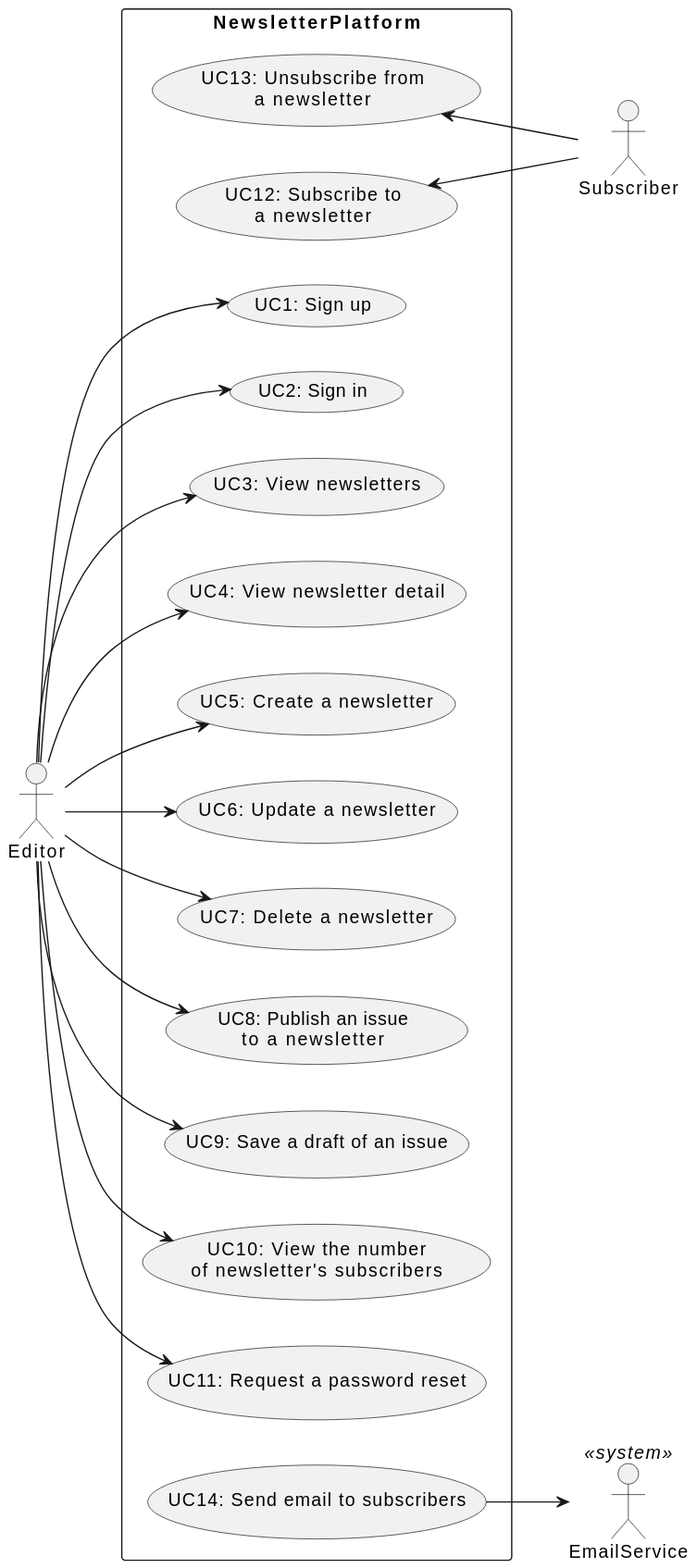
Before: docs/assets/newsletter_platform_usecase_diagram.svg, a diagram exported from PlantUML (MichalMoudry/4IT428-semestral-work). Its diagram source:
```plantuml
@startuml
left to right direction

actor Editor
actor Subscriber
actor EmailService <<system>>

rectangle NewsletterPlatform {
	usecase (UC1: Sign up) as UC1
	usecase (UC2: Sign in) as UC2
	usecase (UC3: View newsletters) as UC3
	usecase (UC4: View newsletter detail) as UC4
	usecase (UC5: Create a newsletter) as UC5
	usecase (UC6: Update a newsletter) as UC6
	usecase (UC7: Delete a newsletter) as UC7
	usecase (UC8: Publish an issue\nto a newsletter) as UC8
	usecase (UC9: Save a draft of an issue) as UC9
	usecase (UC10: View the number\nof newsletter's subscribers) as UC10
	usecase (UC11: Request a password reset) as UC11

	usecase (UC12: Subscribe to\na newsletter) as UC12
	usecase (UC13: Unsubscribe from\na newsletter) as UC13

	usecase (UC14: Send email to subscribers) as UC14
}

Editor --> UC1
Editor --> UC2
Editor --> UC3
Editor --> UC4
Editor --> UC5
Editor --> UC6
Editor --> UC7
Editor --> UC8
Editor --> UC9
Editor --> UC10
Editor --> UC11
Subscriber -up-> UC12
Subscriber -up-> UC13
UC14 --> EmailService
@enduml
```
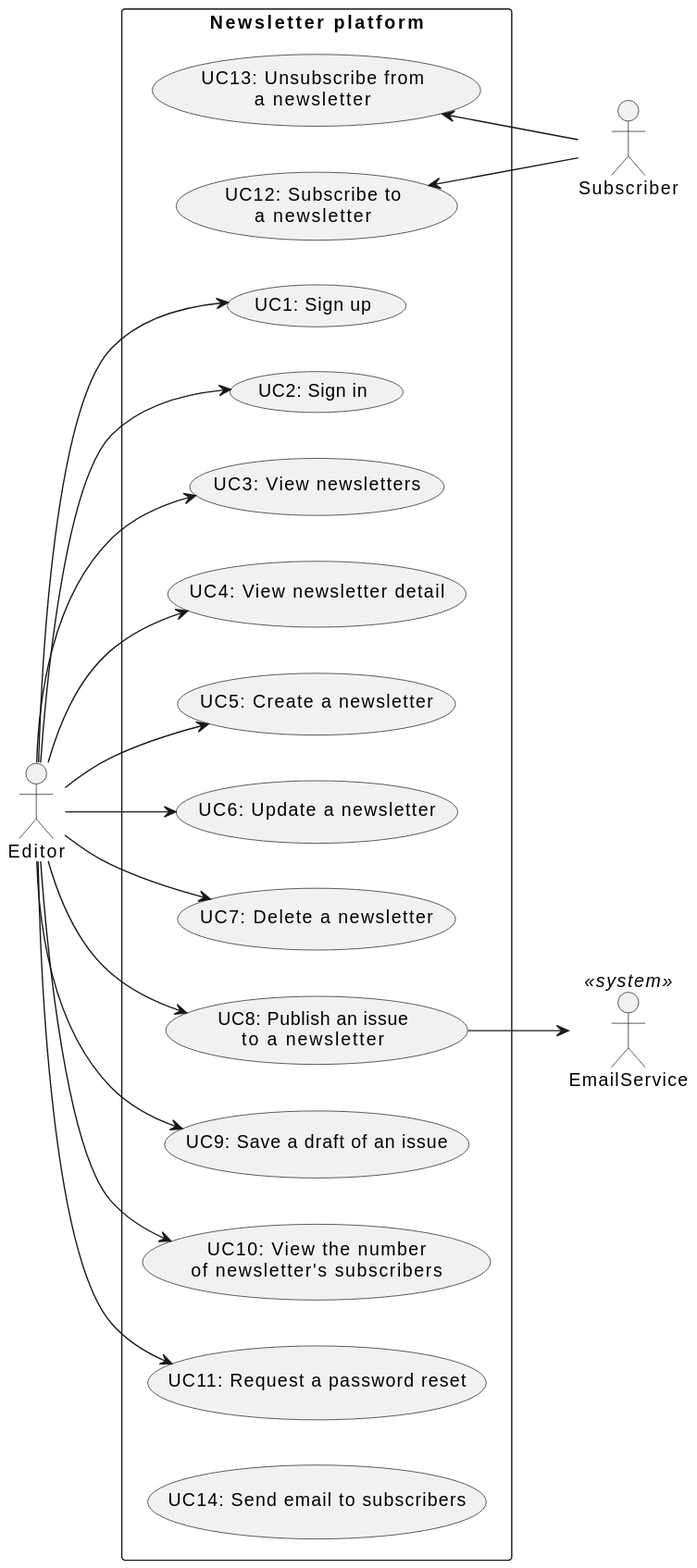
Later version of the same file.

Commit message:
Updated .gitognore + use case diagram (#5)

What changed in the source:
```diff
@@ -5,7 +5,7 @@
 actor Subscriber
 actor EmailService <<system>>
 
-rectangle NewsletterPlatform {
+rectangle "Newsletter platform" {
 	usecase (UC1: Sign up) as UC1
 	usecase (UC2: Sign in) as UC2
 	usecase (UC3: View newsletters) as UC3
@@ -32,10 +32,10 @@
 Editor --> UC6
 Editor --> UC7
 Editor --> UC8
+UC8 --> EmailService
 Editor --> UC9
 Editor --> UC10
 Editor --> UC11
 Subscriber -up-> UC12
 Subscriber -up-> UC13
-UC14 --> EmailService
 @enduml
```
